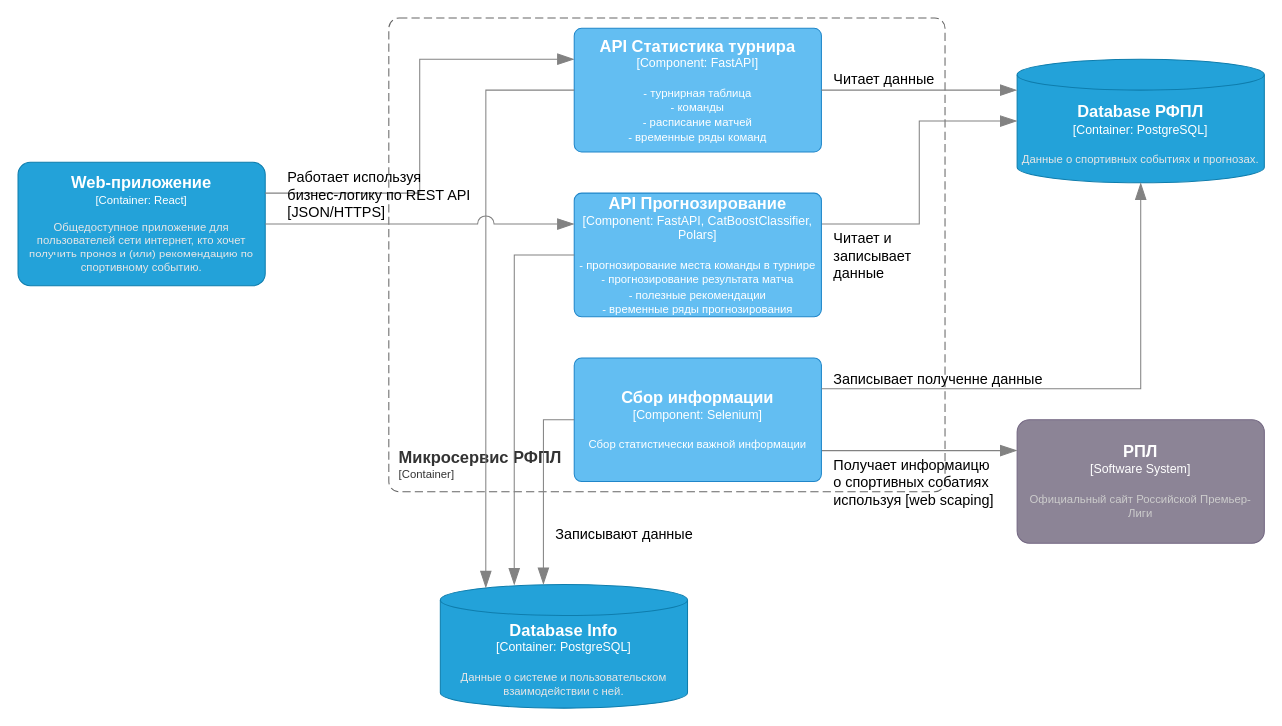
Before: page "component" (3 of 3) of lab_work_2/docs/drawio/lab_2.drawio in vl4xd/hse_paps_labs, a draw.io diagram. Source tidied: cells renumbered, new cells numbered last; positions are measured from the earlier drawing's top-left corner, leaving out a move shared by most shapes. Both pictures are drawn from the tidied source at 103%, with x=0, y=0 at pixel (18, 18).
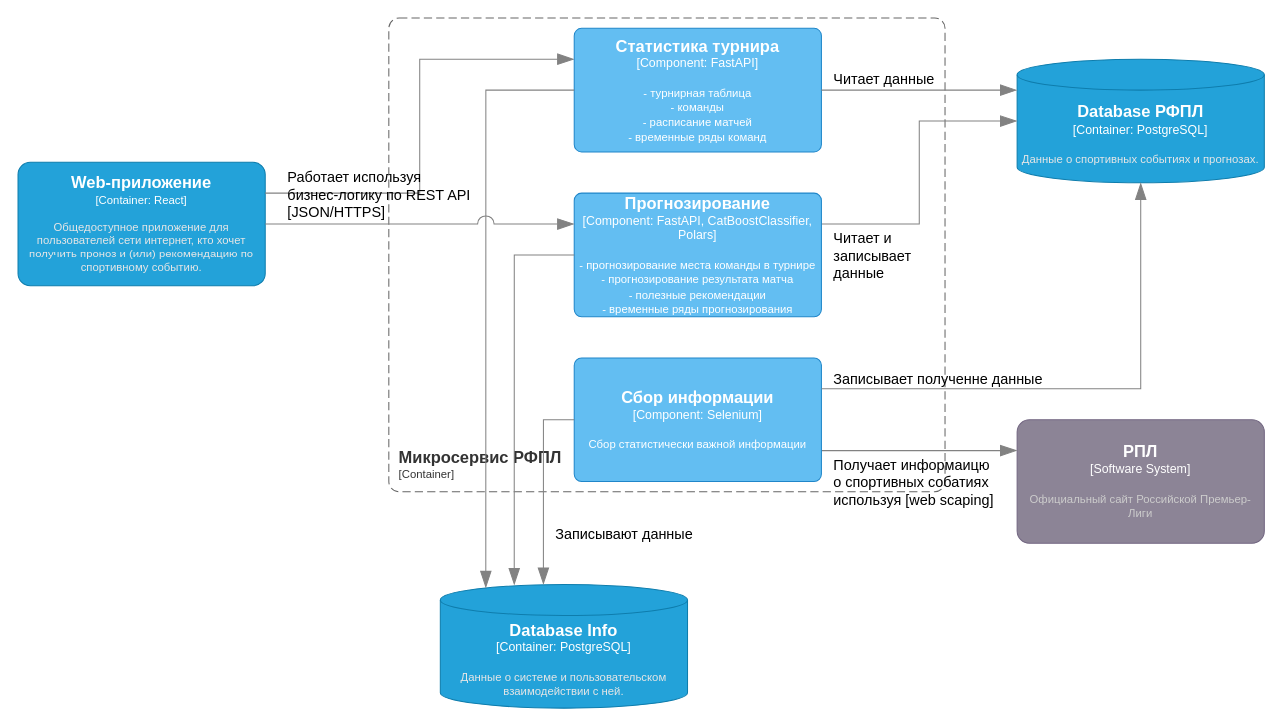
The same diagram, later.

Diff of the diagram source:
```diff
@@
-    <object id="12" label="&lt;font style=&quot;font-size: 16px&quot;&gt;&lt;b&gt;%c4Name%&lt;/b&gt;&lt;/font&gt;&lt;div&gt;[%c4Type%: %c4Technology%]&lt;/div&gt;&lt;br&gt;&lt;div&gt;&lt;font style=&quot;font-size: 11px&quot;&gt;%c4Description%&lt;/font&gt;&lt;/div&gt;" c4Description="- турнирная таблица&#10;- команды&#10;- расписание матчей&#10;- временные ряды команд" c4Name="API Статистика турнира" c4Technology="FastAPI" c4Type="Component" placeholders="1">
+    <object id="12" label="&lt;font style=&quot;font-size: 16px&quot;&gt;&lt;b&gt;%c4Name%&lt;/b&gt;&lt;/font&gt;&lt;div&gt;[%c4Type%: %c4Technology%]&lt;/div&gt;&lt;br&gt;&lt;div&gt;&lt;font style=&quot;font-size: 11px&quot;&gt;%c4Description%&lt;/font&gt;&lt;/div&gt;" c4Description="- турнирная таблица&#10;- команды&#10;- расписание матчей&#10;- временные ряды команд" c4Name="Статистика турнира" c4Technology="FastAPI" c4Type="Component" placeholders="1">
       <mxCell style="rounded=1;whiteSpace=wrap;html=1;labelBackgroundColor=none;fillColor=#63BEF2;fontColor=#ffffff;align=center;arcSize=6;strokeColor=#2086C9;points=[[0.25,0,0],[0.5,0,0],[0.75,0,0],[1,0.25,0],[1,0.5,0],[1,0.75,0],[0.75,1,0],[0.5,1,0],[0.25,1,0],[0,0.75,0],[0,0.5,0],[0,0.25,0]];" parent="1" vertex="1">
         <mxGeometry x="540" y="10" width="240" height="120" as="geometry" />
       </mxCell>
     </object>
@@
-    <object id="14" label="&lt;font style=&quot;font-size: 16px&quot;&gt;&lt;b&gt;%c4Name%&lt;/b&gt;&lt;/font&gt;&lt;div&gt;[%c4Type%: %c4Technology%]&lt;/div&gt;&lt;br&gt;&lt;div&gt;&lt;font style=&quot;font-size: 11px&quot;&gt;%c4Description%&lt;/font&gt;&lt;/div&gt;" c4Description="- прогнозирование места команды в турнире&#10;- прогнозирование результата матча&#10;- полезные рекомендации&#10;- временные ряды прогнозирования" c4Name="API Прогнозирование" c4Technology="FastAPI, CatBoostClassifier, Polars" c4Type="Component" placeholders="1">
+    <object id="14" label="&lt;font style=&quot;font-size: 16px&quot;&gt;&lt;b&gt;%c4Name%&lt;/b&gt;&lt;/font&gt;&lt;div&gt;[%c4Type%: %c4Technology%]&lt;/div&gt;&lt;br&gt;&lt;div&gt;&lt;font style=&quot;font-size: 11px&quot;&gt;%c4Description%&lt;/font&gt;&lt;/div&gt;" c4Description="- прогнозирование места команды в турнире&#10;- прогнозирование результата матча&#10;- полезные рекомендации&#10;- временные ряды прогнозирования" c4Name="Прогнозирование" c4Technology="FastAPI, CatBoostClassifier, Polars" c4Type="Component" placeholders="1">
       <mxCell style="rounded=1;whiteSpace=wrap;html=1;labelBackgroundColor=none;fillColor=#63BEF2;fontColor=#ffffff;align=center;arcSize=6;strokeColor=#2086C9;points=[[0.25,0,0],[0.5,0,0],[0.75,0,0],[1,0.25,0],[1,0.5,0],[1,0.75,0],[0.75,1,0],[0.5,1,0],[0.25,1,0],[0,0.75,0],[0,0.5,0],[0,0.25,0]];" parent="1" vertex="1">
         <mxGeometry x="540" y="170" width="240" height="120" as="geometry" />
       </mxCell>
     </object>
```
